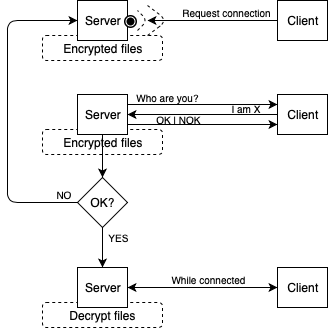
Earlier version of the draw.io export reports/basic.png (diogo-p-nunes/sirs-server-side). Source tidied: cells renumbered, new cells last; positions are measured from the earlier drawing's top-left corner, leaving out a move shared by most shapes. Its diagram source:
```xml
<mxGraphModel>
  <root>
    <mxCell id="0" />
    <mxCell id="1" parent="0" />
    <mxCell id="2" value="Encrypted files" style="rounded=1;whiteSpace=wrap;html=1;dashed=1;" parent="1" vertex="1">
      <mxGeometry x="35" y="35" width="120" height="25" as="geometry" />
    </mxCell>
    <mxCell id="3" value="Server" style="rounded=0;whiteSpace=wrap;html=1;" parent="1" vertex="1">
      <mxGeometry x="70" width="50" height="40" as="geometry" />
    </mxCell>
    <mxCell id="4" value="Client" style="rounded=0;whiteSpace=wrap;html=1;" parent="1" vertex="1">
      <mxGeometry x="270" width="50" height="40" as="geometry" />
    </mxCell>
    <mxCell id="5" style="endArrow=classic;html=1;exitX=0;exitY=0.5;exitDx=0;exitDy=0;" parent="1" edge="1" source="4">
      <mxGeometry relative="1" as="geometry">
        <mxPoint x="140" y="20" as="targetPoint" />
      </mxGeometry>
    </mxCell>
    <mxCell id="6" style="endArrow=none;dashed=1;html=1;" parent="1" edge="1">
      <mxGeometry relative="1" as="geometry">
        <mxPoint x="130" y="30" as="sourcePoint" />
        <mxPoint x="130" y="10" as="targetPoint" />
        <Array as="points">
          <mxPoint x="140" y="20" />
        </Array>
      </mxGeometry>
    </mxCell>
    <mxCell id="7" style="endArrow=none;dashed=1;html=1;" parent="1" edge="1">
      <mxGeometry relative="1" as="geometry">
        <mxPoint x="140" y="35" as="sourcePoint" />
        <mxPoint x="140" y="5" as="targetPoint" />
        <Array as="points">
          <mxPoint x="160" y="20" />
        </Array>
      </mxGeometry>
    </mxCell>
    <mxCell id="8" style="shape=mxgraph.bpmn.shape;html=1;verticalLabelPosition=bottom;labelBackgroundColor=#ffffff;verticalAlign=top;align=center;perimeter=ellipsePerimeter;outline=end;symbol=terminate;" parent="1" vertex="1">
      <mxGeometry x="118" y="16" width="10" height="10" as="geometry" />
    </mxCell>
    <mxCell id="9" value="Encrypted files" style="rounded=1;whiteSpace=wrap;html=1;dashed=1;" parent="1" vertex="1">
      <mxGeometry x="35" y="129" width="120" height="25" as="geometry" />
    </mxCell>
    <mxCell id="10" value="Server" style="rounded=0;whiteSpace=wrap;html=1;" parent="1" vertex="1">
      <mxGeometry x="70" y="94" width="50" height="40" as="geometry" />
    </mxCell>
    <mxCell id="11" value="Client" style="rounded=0;whiteSpace=wrap;html=1;" parent="1" vertex="1">
      <mxGeometry x="270" y="94" width="50" height="40" as="geometry" />
    </mxCell>
    <mxCell id="12" style="endArrow=classic;html=1;exitX=1;exitY=0.25;exitDx=0;exitDy=0;entryX=0;entryY=0.25;entryDx=0;entryDy=0;" parent="1" edge="1" source="10" target="11">
      <mxGeometry relative="1" as="geometry" />
    </mxCell>
    <mxCell id="13" value="&lt;font style=&quot;font-size: 10px&quot;&gt;Request connection&lt;/font&gt;" style="text;html=1;strokeColor=none;fillColor=none;align=center;verticalAlign=middle;whiteSpace=wrap;rounded=0;dashed=1;" parent="1" vertex="1">
      <mxGeometry x="169" y="2" width="100" height="20" as="geometry" />
    </mxCell>
    <mxCell id="14" value="&lt;font style=&quot;font-size: 10px&quot;&gt;Who are you?&lt;/font&gt;" style="text;html=1;strokeColor=none;fillColor=none;align=center;verticalAlign=middle;whiteSpace=wrap;rounded=0;dashed=1;" parent="1" vertex="1">
      <mxGeometry x="120" y="87" width="80" height="20" as="geometry" />
    </mxCell>
    <mxCell id="15" style="endArrow=classic;html=1;exitX=0;exitY=0.5;exitDx=0;exitDy=0;entryX=1;entryY=0.5;entryDx=0;entryDy=0;" parent="1" edge="1" source="11" target="10">
      <mxGeometry relative="1" as="geometry" />
    </mxCell>
    <mxCell id="16" style="endArrow=classic;html=1;exitX=1;exitY=0.75;exitDx=0;exitDy=0;entryX=0;entryY=0.75;entryDx=0;entryDy=0;" parent="1" edge="1" source="10" target="11">
      <mxGeometry relative="1" as="geometry" />
    </mxCell>
    <mxCell id="17" value="&lt;font style=&quot;font-size: 10px&quot;&gt;I am X&lt;/font&gt;" style="text;html=1;strokeColor=none;fillColor=none;align=center;verticalAlign=middle;whiteSpace=wrap;rounded=0;dashed=1;" parent="1" vertex="1">
      <mxGeometry x="221" y="98" width="35" height="20" as="geometry" />
    </mxCell>
    <mxCell id="18" value="&lt;font size=&quot;1&quot;&gt;OK | NOK&lt;/font&gt;" style="text;html=1;strokeColor=none;fillColor=none;align=center;verticalAlign=middle;whiteSpace=wrap;rounded=0;dashed=1;" parent="1" vertex="1">
      <mxGeometry x="146" y="109" width="50" height="20" as="geometry" />
    </mxCell>
    <mxCell id="19" value="OK?" style="rhombus;whiteSpace=wrap;html=1;" parent="1" vertex="1">
      <mxGeometry x="70" y="177" width="50" height="50" as="geometry" />
    </mxCell>
    <mxCell id="20" style="endArrow=classic;html=1;exitX=0.5;exitY=1;exitDx=0;exitDy=0;entryX=0.5;entryY=0;entryDx=0;entryDy=0;" parent="1" edge="1" source="10" target="19">
      <mxGeometry relative="1" as="geometry" />
    </mxCell>
    <mxCell id="21" style="endArrow=classic;html=1;exitX=0;exitY=0.5;exitDx=0;exitDy=0;entryX=0;entryY=0.5;entryDx=0;entryDy=0;" parent="1" edge="1" source="19" target="3">
      <mxGeometry relative="1" as="geometry">
        <Array as="points">
          <mxPoint y="202" />
          <mxPoint y="20" />
        </Array>
      </mxGeometry>
    </mxCell>
    <mxCell id="22" value="&lt;font size=&quot;1&quot;&gt;NO&lt;/font&gt;" style="text;html=1;strokeColor=none;fillColor=none;align=center;verticalAlign=middle;whiteSpace=wrap;rounded=0;dashed=1;" parent="1" vertex="1">
      <mxGeometry x="31" y="184" width="50" height="20" as="geometry" />
    </mxCell>
    <mxCell id="23" style="endArrow=classic;html=1;exitX=0.5;exitY=1;exitDx=0;exitDy=0;" parent="1" edge="1" source="19">
      <mxGeometry relative="1" as="geometry">
        <mxPoint x="95" y="267" as="targetPoint" />
      </mxGeometry>
    </mxCell>
    <mxCell id="24" value="&lt;font size=&quot;1&quot;&gt;YES&lt;/font&gt;" style="text;html=1;strokeColor=none;fillColor=none;align=center;verticalAlign=middle;whiteSpace=wrap;rounded=0;dashed=1;" parent="1" vertex="1">
      <mxGeometry x="86" y="227" width="50" height="20" as="geometry" />
    </mxCell>
    <mxCell id="25" value="Decrypt files" style="rounded=1;whiteSpace=wrap;html=1;dashed=1;" parent="1" vertex="1">
      <mxGeometry x="35" y="302" width="120" height="25" as="geometry" />
    </mxCell>
    <mxCell id="26" value="Server" style="rounded=0;whiteSpace=wrap;html=1;" parent="1" vertex="1">
      <mxGeometry x="70" y="267" width="50" height="40" as="geometry" />
    </mxCell>
    <mxCell id="27" value="Client" style="rounded=0;whiteSpace=wrap;html=1;" parent="1" vertex="1">
      <mxGeometry x="270" y="267" width="50" height="40" as="geometry" />
    </mxCell>
    <mxCell id="28" style="endArrow=classic;html=1;exitX=0;exitY=0.5;exitDx=0;exitDy=0;entryX=1;entryY=0.5;entryDx=0;entryDy=0;startArrow=classic;startFill=1;" parent="1" edge="1" source="27" target="26">
      <mxGeometry relative="1" as="geometry" />
    </mxCell>
    <mxCell id="29" value="&lt;font size=&quot;1&quot;&gt;While connected&lt;/font&gt;" style="text;html=1;strokeColor=none;fillColor=none;align=center;verticalAlign=middle;whiteSpace=wrap;rounded=0;dashed=1;" parent="1" vertex="1">
      <mxGeometry x="151" y="269" width="100" height="20" as="geometry" />
    </mxCell>
  </root>
</mxGraphModel>
```
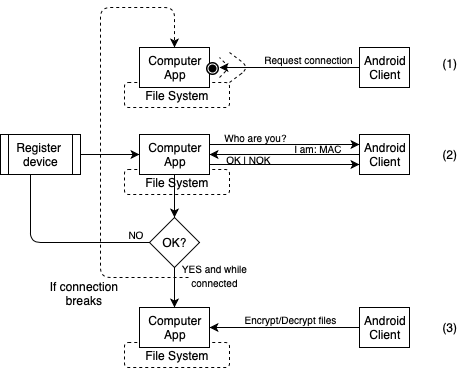
Above is the later version.

What changed in the source:
```diff
@@ -2,58 +2,58 @@
   <root>
     <mxCell id="0" />
     <mxCell id="1" parent="0" />
-    <mxCell id="2" value="Encrypted files" style="rounded=1;whiteSpace=wrap;html=1;dashed=1;" parent="1" vertex="1">
-      <mxGeometry x="35" y="35" width="120" height="25" as="geometry" />
+    <mxCell id="2" value="File System" style="rounded=1;whiteSpace=wrap;html=1;dashed=1;" parent="1" vertex="1">
+      <mxGeometry x="94" y="39" width="105" height="25" as="geometry" />
     </mxCell>
-    <mxCell id="3" value="Server" style="rounded=0;whiteSpace=wrap;html=1;" parent="1" vertex="1">
-      <mxGeometry x="70" width="50" height="40" as="geometry" />
+    <mxCell id="3" value="Computer&lt;br&gt;App" style="rounded=0;whiteSpace=wrap;html=1;" parent="1" vertex="1">
+      <mxGeometry x="109" y="4" width="70" height="40" as="geometry" />
     </mxCell>
-    <mxCell id="4" value="Client" style="rounded=0;whiteSpace=wrap;html=1;" parent="1" vertex="1">
-      <mxGeometry x="270" width="50" height="40" as="geometry" />
+    <mxCell id="4" value="Android&lt;br&gt;Client" style="rounded=0;whiteSpace=wrap;html=1;" parent="1" vertex="1">
+      <mxGeometry x="329" y="4" width="50" height="40" as="geometry" />
     </mxCell>
     <mxCell id="5" style="endArrow=classic;html=1;exitX=0;exitY=0.5;exitDx=0;exitDy=0;" parent="1" edge="1" source="4">
       <mxGeometry relative="1" as="geometry">
-        <mxPoint x="140" y="20" as="targetPoint" />
+        <mxPoint x="189" y="24" as="targetPoint" />
       </mxGeometry>
     </mxCell>
     <mxCell id="6" style="endArrow=none;dashed=1;html=1;" parent="1" edge="1">
       <mxGeometry relative="1" as="geometry">
-        <mxPoint x="130" y="30" as="sourcePoint" />
-        <mxPoint x="130" y="10" as="targetPoint" />
+        <mxPoint x="189" y="34" as="sourcePoint" />
+        <mxPoint x="189" y="14" as="targetPoint" />
         <Array as="points">
-          <mxPoint x="140" y="20" />
+          <mxPoint x="199" y="24" />
         </Array>
       </mxGeometry>
     </mxCell>
     <mxCell id="7" style="endArrow=none;dashed=1;html=1;" parent="1" edge="1">
       <mxGeometry relative="1" as="geometry">
-        <mxPoint x="140" y="35" as="sourcePoint" />
-        <mxPoint x="140" y="5" as="targetPoint" />
+        <mxPoint x="199" y="39" as="sourcePoint" />
+        <mxPoint x="199" y="9" as="targetPoint" />
         <Array as="points">
-          <mxPoint x="160" y="20" />
+          <mxPoint x="219" y="24" />
         </Array>
       </mxGeometry>
     </mxCell>
     <mxCell id="8" style="shape=mxgraph.bpmn.shape;html=1;verticalLabelPosition=bottom;labelBackgroundColor=#ffffff;verticalAlign=top;align=center;perimeter=ellipsePerimeter;outline=end;symbol=terminate;" parent="1" vertex="1">
-      <mxGeometry x="118" y="16" width="10" height="10" as="geometry" />
+      <mxGeometry x="177" y="20" width="10" height="10" as="geometry" />
     </mxCell>
-    <mxCell id="9" value="Encrypted files" style="rounded=1;whiteSpace=wrap;html=1;dashed=1;" parent="1" vertex="1">
-      <mxGeometry x="35" y="129" width="120" height="25" as="geometry" />
+    <mxCell id="9" value="File System" style="rounded=1;whiteSpace=wrap;html=1;dashed=1;" parent="1" vertex="1">
+      <mxGeometry x="94" y="126" width="105" height="25" as="geometry" />
     </mxCell>
-    <mxCell id="10" value="Server" style="rounded=0;whiteSpace=wrap;html=1;" parent="1" vertex="1">
-      <mxGeometry x="70" y="94" width="50" height="40" as="geometry" />
+    <mxCell id="10" value="Computer&lt;br&gt;App" style="rounded=0;whiteSpace=wrap;html=1;" parent="1" vertex="1">
+      <mxGeometry x="109" y="91" width="70" height="40" as="geometry" />
     </mxCell>
-    <mxCell id="11" value="Client" style="rounded=0;whiteSpace=wrap;html=1;" parent="1" vertex="1">
-      <mxGeometry x="270" y="94" width="50" height="40" as="geometry" />
+    <mxCell id="11" value="Android&lt;br&gt;Client" style="rounded=0;whiteSpace=wrap;html=1;" parent="1" vertex="1">
+      <mxGeometry x="329" y="91" width="50" height="40" as="geometry" />
     </mxCell>
     <mxCell id="12" style="endArrow=classic;html=1;exitX=1;exitY=0.25;exitDx=0;exitDy=0;entryX=0;entryY=0.25;entryDx=0;entryDy=0;" parent="1" edge="1" source="10" target="11">
       <mxGeometry relative="1" as="geometry" />
     </mxCell>
     <mxCell id="13" value="&lt;font style=&quot;font-size: 10px&quot;&gt;Request connection&lt;/font&gt;" style="text;html=1;strokeColor=none;fillColor=none;align=center;verticalAlign=middle;whiteSpace=wrap;rounded=0;dashed=1;" parent="1" vertex="1">
-      <mxGeometry x="169" y="2" width="100" height="20" as="geometry" />
+      <mxGeometry x="228" y="6" width="100" height="20" as="geometry" />
     </mxCell>
     <mxCell id="14" value="&lt;font style=&quot;font-size: 10px&quot;&gt;Who are you?&lt;/font&gt;" style="text;html=1;strokeColor=none;fillColor=none;align=center;verticalAlign=middle;whiteSpace=wrap;rounded=0;dashed=1;" parent="1" vertex="1">
-      <mxGeometry x="120" y="87" width="80" height="20" as="geometry" />
+      <mxGeometry x="185" y="84" width="80" height="20" as="geometry" />
     </mxCell>
     <mxCell id="15" style="endArrow=classic;html=1;exitX=0;exitY=0.5;exitDx=0;exitDy=0;entryX=1;entryY=0.5;entryDx=0;entryDy=0;" parent="1" edge="1" source="11" target="10">
       <mxGeometry relative="1" as="geometry" />
@@ -61,51 +61,73 @@
     <mxCell id="16" style="endArrow=classic;html=1;exitX=1;exitY=0.75;exitDx=0;exitDy=0;entryX=0;entryY=0.75;entryDx=0;entryDy=0;" parent="1" edge="1" source="10" target="11">
       <mxGeometry relative="1" as="geometry" />
     </mxCell>
-    <mxCell id="17" value="&lt;font style=&quot;font-size: 10px&quot;&gt;I am X&lt;/font&gt;" style="text;html=1;strokeColor=none;fillColor=none;align=center;verticalAlign=middle;whiteSpace=wrap;rounded=0;dashed=1;" parent="1" vertex="1">
-      <mxGeometry x="221" y="98" width="35" height="20" as="geometry" />
+    <mxCell id="17" value="&lt;font style=&quot;font-size: 10px&quot;&gt;I am: MAC&lt;/font&gt;" style="text;html=1;strokeColor=none;fillColor=none;align=center;verticalAlign=middle;whiteSpace=wrap;rounded=0;dashed=1;" parent="1" vertex="1">
+      <mxGeometry x="259" y="95" width="56" height="20" as="geometry" />
     </mxCell>
     <mxCell id="18" value="&lt;font size=&quot;1&quot;&gt;OK | NOK&lt;/font&gt;" style="text;html=1;strokeColor=none;fillColor=none;align=center;verticalAlign=middle;whiteSpace=wrap;rounded=0;dashed=1;" parent="1" vertex="1">
-      <mxGeometry x="146" y="109" width="50" height="20" as="geometry" />
+      <mxGeometry x="193" y="106" width="50" height="20" as="geometry" />
     </mxCell>
     <mxCell id="19" value="OK?" style="rhombus;whiteSpace=wrap;html=1;" parent="1" vertex="1">
-      <mxGeometry x="70" y="177" width="50" height="50" as="geometry" />
+      <mxGeometry x="119" y="174" width="50" height="50" as="geometry" />
     </mxCell>
-    <mxCell id="20" style="endArrow=classic;html=1;exitX=0.5;exitY=1;exitDx=0;exitDy=0;entryX=0.5;entryY=0;entryDx=0;entryDy=0;" parent="1" edge="1" source="10" target="19">
+    <mxCell id="20" style="endArrow=classic;html=1;entryX=0.5;entryY=0;entryDx=0;entryDy=0;exitX=0.5;exitY=1;exitDx=0;exitDy=0;" parent="1" edge="1" source="10" target="19">
       <mxGeometry relative="1" as="geometry" />
     </mxCell>
-    <mxCell id="21" style="endArrow=classic;html=1;exitX=0;exitY=0.5;exitDx=0;exitDy=0;entryX=0;entryY=0.5;entryDx=0;entryDy=0;" parent="1" edge="1" source="19" target="3">
+    <mxCell id="21" style="endArrow=classic;html=1;exitX=0;exitY=0.5;exitDx=0;exitDy=0;entryX=0;entryY=0.5;entryDx=0;entryDy=0;" parent="1" edge="1" source="19" target="10">
       <mxGeometry relative="1" as="geometry">
         <Array as="points">
-          <mxPoint y="202" />
-          <mxPoint y="20" />
+          <mxPoint y="199" />
+          <mxPoint y="111" />
         </Array>
       </mxGeometry>
     </mxCell>
     <mxCell id="22" value="&lt;font size=&quot;1&quot;&gt;NO&lt;/font&gt;" style="text;html=1;strokeColor=none;fillColor=none;align=center;verticalAlign=middle;whiteSpace=wrap;rounded=0;dashed=1;" parent="1" vertex="1">
-      <mxGeometry x="31" y="184" width="50" height="20" as="geometry" />
+      <mxGeometry x="80" y="181" width="50" height="20" as="geometry" />
     </mxCell>
-    <mxCell id="23" style="endArrow=classic;html=1;exitX=0.5;exitY=1;exitDx=0;exitDy=0;" parent="1" edge="1" source="19">
-      <mxGeometry relative="1" as="geometry">
-        <mxPoint x="95" y="267" as="targetPoint" />
-      </mxGeometry>
+    <mxCell id="23" style="endArrow=classic;html=1;exitX=0.5;exitY=1;exitDx=0;exitDy=0;entryX=0.5;entryY=0;entryDx=0;entryDy=0;" parent="1" edge="1" source="19" target="26">
+      <mxGeometry relative="1" as="geometry" />
     </mxCell>
-    <mxCell id="24" value="&lt;font size=&quot;1&quot;&gt;YES&lt;/font&gt;" style="text;html=1;strokeColor=none;fillColor=none;align=center;verticalAlign=middle;whiteSpace=wrap;rounded=0;dashed=1;" parent="1" vertex="1">
-      <mxGeometry x="86" y="227" width="50" height="20" as="geometry" />
+    <mxCell id="24" value="&lt;font size=&quot;1&quot;&gt;YES and while connected&lt;/font&gt;" style="text;html=1;strokeColor=none;fillColor=none;align=center;verticalAlign=middle;whiteSpace=wrap;rounded=0;dashed=1;" parent="1" vertex="1">
+      <mxGeometry x="136" y="222" width="97" height="20" as="geometry" />
     </mxCell>
-    <mxCell id="25" value="Decrypt files" style="rounded=1;whiteSpace=wrap;html=1;dashed=1;" parent="1" vertex="1">
-      <mxGeometry x="35" y="302" width="120" height="25" as="geometry" />
+    <mxCell id="25" value="File System" style="rounded=1;whiteSpace=wrap;html=1;dashed=1;" parent="1" vertex="1">
+      <mxGeometry x="94" y="299" width="105" height="25" as="geometry" />
     </mxCell>
-    <mxCell id="26" value="Server" style="rounded=0;whiteSpace=wrap;html=1;" parent="1" vertex="1">
-      <mxGeometry x="70" y="267" width="50" height="40" as="geometry" />
+    <mxCell id="26" value="Computer&lt;br&gt;App" style="rounded=0;whiteSpace=wrap;html=1;" parent="1" vertex="1">
+      <mxGeometry x="109" y="264" width="70" height="40" as="geometry" />
     </mxCell>
-    <mxCell id="27" value="Client" style="rounded=0;whiteSpace=wrap;html=1;" parent="1" vertex="1">
-      <mxGeometry x="270" y="267" width="50" height="40" as="geometry" />
+    <mxCell id="27" value="Android&lt;br&gt;Client" style="rounded=0;whiteSpace=wrap;html=1;" parent="1" vertex="1">
+      <mxGeometry x="329" y="264" width="50" height="40" as="geometry" />
     </mxCell>
-    <mxCell id="28" style="endArrow=classic;html=1;exitX=0;exitY=0.5;exitDx=0;exitDy=0;entryX=1;entryY=0.5;entryDx=0;entryDy=0;startArrow=classic;startFill=1;" parent="1" edge="1" source="27" target="26">
+    <mxCell id="28" style="endArrow=classic;html=1;exitX=0;exitY=0.5;exitDx=0;exitDy=0;entryX=1;entryY=0.5;entryDx=0;entryDy=0;startArrow=none;startFill=0;endFill=1;" parent="1" edge="1" source="27" target="26">
       <mxGeometry relative="1" as="geometry" />
     </mxCell>
-    <mxCell id="29" value="&lt;font size=&quot;1&quot;&gt;While connected&lt;/font&gt;" style="text;html=1;strokeColor=none;fillColor=none;align=center;verticalAlign=middle;whiteSpace=wrap;rounded=0;dashed=1;" parent="1" vertex="1">
-      <mxGeometry x="151" y="269" width="100" height="20" as="geometry" />
+    <mxCell id="29" value="&lt;font size=&quot;1&quot;&gt;Encrypt/Decrypt files&lt;/font&gt;" style="text;html=1;strokeColor=none;fillColor=none;align=center;verticalAlign=middle;whiteSpace=wrap;rounded=0;dashed=1;" parent="1" vertex="1">
+      <mxGeometry x="210" y="266" width="100" height="20" as="geometry" />
     </mxCell>
+    <mxCell id="30" value="(1)" style="text;html=1;strokeColor=none;fillColor=none;align=center;verticalAlign=middle;whiteSpace=wrap;rounded=0;dashed=1;" parent="1" vertex="1">
+      <mxGeometry x="399" y="10" width="40" height="20" as="geometry" />
+    </mxCell>
+    <mxCell id="31" value="(2)" style="text;html=1;strokeColor=none;fillColor=none;align=center;verticalAlign=middle;whiteSpace=wrap;rounded=0;dashed=1;" parent="1" vertex="1">
+      <mxGeometry x="399" y="101" width="40" height="20" as="geometry" />
+    </mxCell>
+    <mxCell id="32" value="(3)" style="text;html=1;strokeColor=none;fillColor=none;align=center;verticalAlign=middle;whiteSpace=wrap;rounded=0;dashed=1;" parent="1" vertex="1">
+      <mxGeometry x="399" y="274" width="40" height="20" as="geometry" />
+    </mxCell>
+    <mxCell id="33" value="Register &lt;br&gt;device" style="shape=process;whiteSpace=wrap;html=1;backgroundOutline=1;fillColor=#ffffff;" parent="1" vertex="1">
+      <mxGeometry x="-30" y="91" width="80" height="40" as="geometry" />
+    </mxCell>
+    <mxCell id="34" style="endArrow=classic;html=1;exitX=0.227;exitY=0.6;exitDx=0;exitDy=0;exitPerimeter=0;entryX=0.5;entryY=0;entryDx=0;entryDy=0;dashed=1;" parent="1" edge="1" source="24" target="3">
+      <mxGeometry relative="1" as="geometry">
+        <Array as="points">
+          <mxPoint x="70" y="234" />
+          <mxPoint x="70" y="-36" />
+          <mxPoint x="144" y="-36" />
+        </Array>
+      </mxGeometry>
+    </mxCell>
+    <mxCell id="35" value="If connection breaks" style="text;html=1;strokeColor=none;fillColor=none;align=center;verticalAlign=middle;whiteSpace=wrap;rounded=0;" parent="1" vertex="1">
+      <mxGeometry x="14" y="240" width="80" height="20" as="geometry" />
+    </mxCell>
   </root>
 </mxGraphModel>
```
